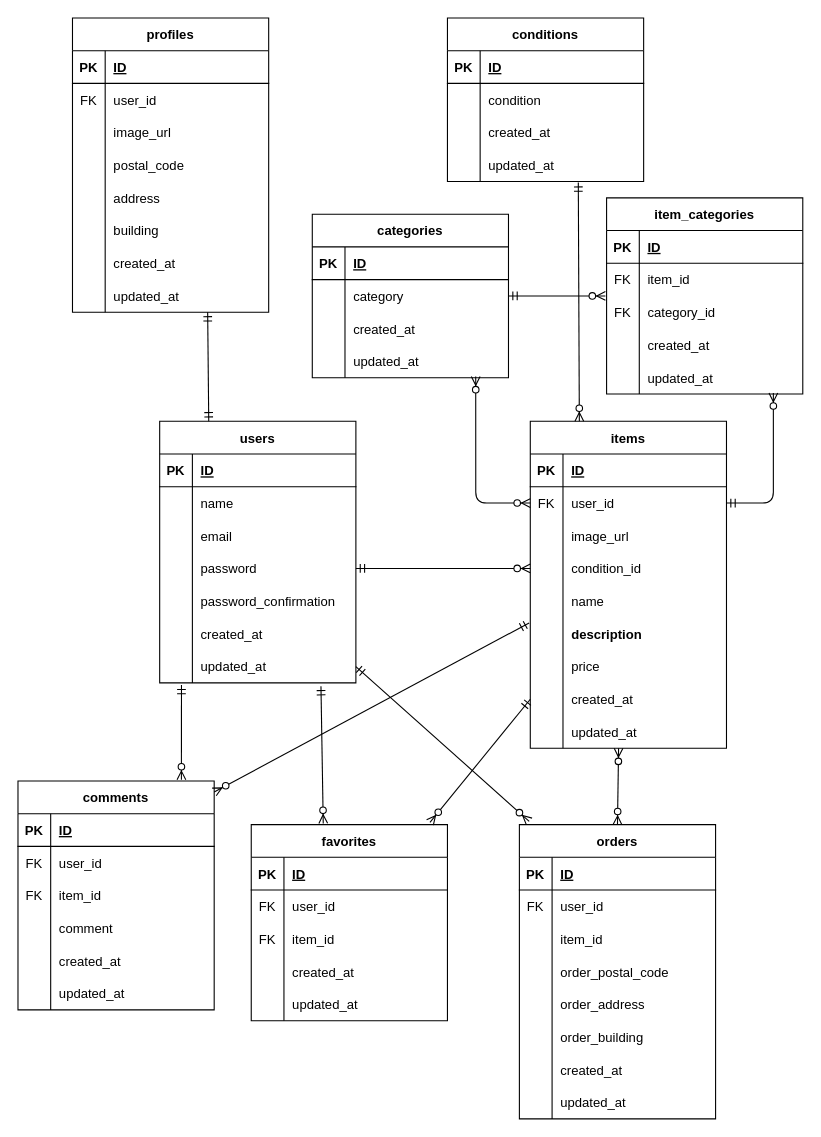
Before: diagram.drawio in butterfly-39/mock_project1_20250127, a draw.io diagram. Source tidied: cells renumbered, new cells numbered last; positions are measured from the earlier drawing's top-left corner, leaving out a move shared by most shapes. Both pictures are drawn from the tidied source at 109%, with x=0, y=0 at pixel (17, 17).
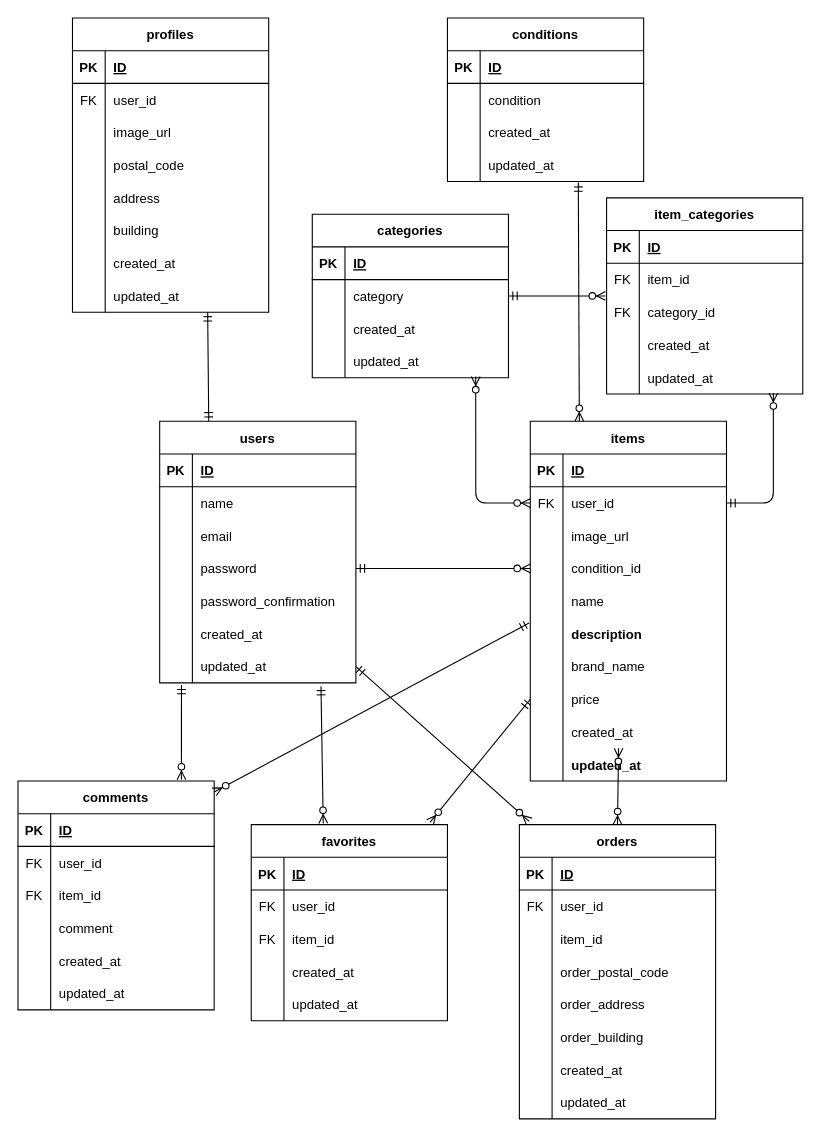
After the change.

The change refers to these unchanged cells:
```xml
<mxCell id="81" style="shape=tableRow;horizontal=0;startSize=0;swimlaneHead=0;swimlaneBody=0;fillColor=none;top=0;left=0;right=0;bottom=0;rounded=0;" parent="62" vertex="1">
  <mxGeometry y="210" width="180" height="30" as="geometry" />
</mxCell>
<mxCell id="84" style="shape=tableRow;horizontal=0;startSize=0;swimlaneHead=0;swimlaneBody=0;fillColor=none;points=[[0,0.5],[1,0.5]];portConstraint=eastwest;top=0;left=0;right=0;bottom=0;rounded=0;" parent="62" vertex="1">
  <mxGeometry y="240" width="180" height="30" as="geometry" />
</mxCell>
<mxCell id="87" style="shape=tableRow;horizontal=0;startSize=0;swimlaneHead=0;swimlaneBody=0;fillColor=none;points=[[0,0.5],[1,0.5]];portConstraint=eastwest;top=0;left=0;right=0;bottom=0;rounded=0;" parent="62" vertex="1">
  <mxGeometry y="270" width="180" height="30" as="geometry" />
</mxCell>
```

Diff of the diagram source:
```diff
@@
     <mxCell id="62" value="items" style="shape=table;startSize=30;childLayout=tableLayout;rowLines=0;fontStyle=1;align=center;rounded=0;" parent="1" vertex="1">
-      <mxGeometry x="470" y="370" width="180" height="300" as="geometry" />
+      <mxGeometry x="470" y="370" width="180" height="330" as="geometry" />
     </mxCell>
@@
-    <mxCell id="83" value="price" style="shape=partialRectangle;fillColor=none;top=0;left=0;bottom=0;right=0;align=left;spacingLeft=6;overflow=hidden;rounded=0;" parent="81" vertex="1">
+    <mxCell id="83" value="brand_name" style="shape=partialRectangle;fillColor=none;top=0;left=0;bottom=0;right=0;align=left;spacingLeft=6;overflow=hidden;rounded=0;" parent="81" vertex="1">
       <mxGeometry x="30" width="150" height="30" as="geometry" />
     </mxCell>
@@
-    <mxCell id="86" value="created_at" style="shape=partialRectangle;fillColor=none;top=0;left=0;bottom=0;right=0;align=left;spacingLeft=6;overflow=hidden;rounded=0;" parent="84" vertex="1">
+    <mxCell id="86" value="price" style="shape=partialRectangle;fillColor=none;top=0;left=0;bottom=0;right=0;align=left;spacingLeft=6;overflow=hidden;rounded=0;" parent="84" vertex="1">
       <mxGeometry x="30" width="150" height="30" as="geometry" />
     </mxCell>
@@
-    <mxCell id="89" value="updated_at" style="shape=partialRectangle;fillColor=none;top=0;left=0;bottom=0;right=0;align=left;spacingLeft=6;overflow=hidden;rounded=0;" parent="87" vertex="1">
+    <mxCell id="89" value="created_at" style="shape=partialRectangle;fillColor=none;top=0;left=0;bottom=0;right=0;align=left;spacingLeft=6;overflow=hidden;rounded=0;" parent="87" vertex="1">
       <mxGeometry x="30" width="150" height="30" as="geometry" />
     </mxCell>
+    <mxCell id="191" style="shape=tableRow;horizontal=0;startSize=0;swimlaneHead=0;swimlaneBody=0;fillColor=none;top=0;left=0;right=0;bottom=0;rounded=0;" parent="62" vertex="1">
+      <mxGeometry y="300" width="180" height="30" as="geometry" />
+    </mxCell>
+    <mxCell id="192" style="shape=partialRectangle;fillColor=none;top=0;left=0;bottom=0;right=0;overflow=hidden;rounded=0;" parent="191" vertex="1">
+      <mxGeometry width="30" height="30" as="geometry" />
+    </mxCell>
+    <mxCell id="193" value="updated_at" style="shape=partialRectangle;fillColor=none;top=0;left=0;bottom=0;right=0;align=left;spacingLeft=6;overflow=hidden;fontStyle=1;rounded=0;" parent="191" vertex="1">
+      <mxGeometry x="30" width="150" height="30" as="geometry" />
+    </mxCell>
```
